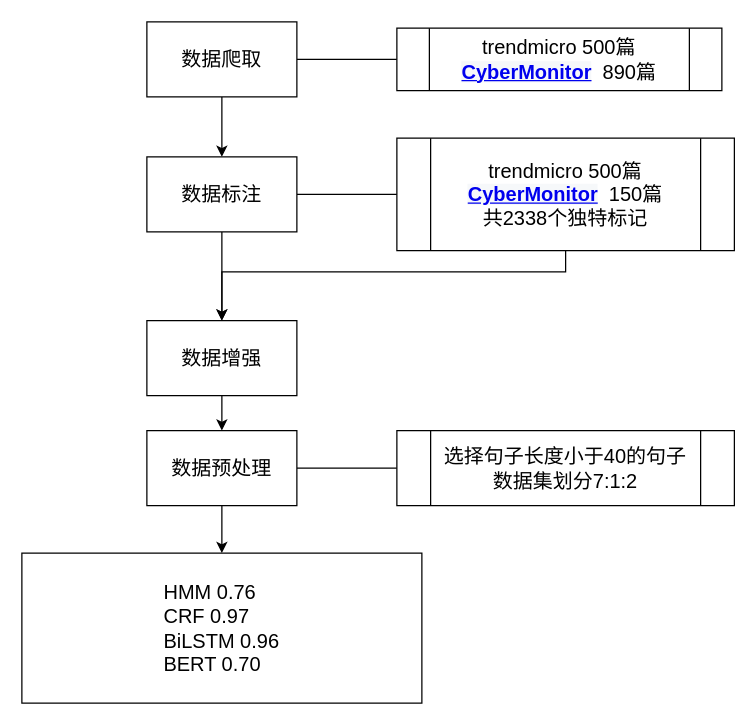
Earlier version of the draw.io diagram Untitled Diagram.drawio (marineHero1/picture). Source tidied: cells renumbered, new cells numbered last; positions are measured from the earlier drawing's top-left corner, leaving out a move shared by most shapes. Both pictures are drawn from the tidied source at 125%, with x=0, y=0 at pixel (21, 21).
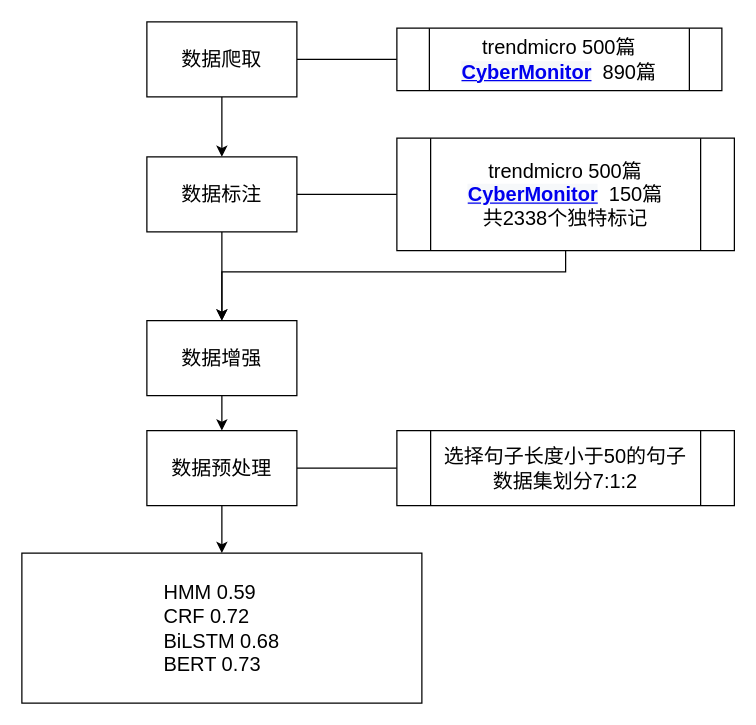
After the change.

Change to the diagram source:
```diff
@@
 <mxGraphModel>
   <root>
     <mxCell id="0" />
     <mxCell id="1" parent="0" />
     <mxCell id="2" style="edgeStyle=orthogonalEdgeStyle;rounded=0;jettySize=auto;html=1;fontSize=16;horizontal=0;endArrow=none;endFill=0;" parent="1" edge="1" source="4" target="5">
       <mxGeometry relative="1" as="geometry" />
     </mxCell>
     <mxCell id="3" style="edgeStyle=orthogonalEdgeStyle;rounded=0;jettySize=auto;html=1;fontSize=16;" parent="1" edge="1" source="4" target="8">
       <mxGeometry relative="1" as="geometry" />
     </mxCell>
     <mxCell id="4" value="数据爬取" style="rounded=0;whiteSpace=wrap;html=1;fontSize=16;" parent="1" vertex="1">
       <mxGeometry x="100" width="120" height="60" as="geometry" />
     </mxCell>
     <mxCell id="5" value="trendmicro 500篇&lt;br style=&quot;font-size: 16px;&quot;&gt;&lt;a class=&quot;commit-author user-mention&quot; title=&quot;View all commits by CyberMonitor&quot; href=&quot;https://github.com/CyberMonitor/APT_CyberCriminal_Campagin_Collections/commits?author=CyberMonitor&quot; style=&quot;box-sizing: border-box; background-color: rgb(246, 248, 250); transition: all 80ms cubic-bezier(0.33, 1, 0.68, 1) 0s, all 0s ease 0s, all 0s ease 0s, all 0s ease 0s; font-weight: 600; font-size: 16px;&quot;&gt;CyberMonitor&lt;/a&gt;&amp;nbsp; 890篇" style="shape=process;whiteSpace=wrap;html=1;backgroundOutline=1;rounded=0;fontSize=16;" parent="1" vertex="1">
       <mxGeometry x="300" y="5" width="260" height="50" as="geometry" />
     </mxCell>
     <mxCell id="6" style="edgeStyle=orthogonalEdgeStyle;rounded=0;jettySize=auto;html=1;fontSize=16;endArrow=none;endFill=0;" parent="1" edge="1" source="8" target="10">
       <mxGeometry relative="1" as="geometry" />
     </mxCell>
     <mxCell id="7" style="edgeStyle=orthogonalEdgeStyle;rounded=0;jettySize=auto;html=1;fontSize=16;" parent="1" edge="1" source="8" target="12">
       <mxGeometry relative="1" as="geometry" />
     </mxCell>
     <mxCell id="8" value="数据标注" style="whiteSpace=wrap;html=1;rounded=0;fontSize=16;" parent="1" vertex="1">
       <mxGeometry x="100" y="108" width="120" height="60" as="geometry" />
     </mxCell>
     <mxCell id="9" style="edgeStyle=orthogonalEdgeStyle;rounded=0;jettySize=auto;html=1;entryX=0.5;entryY=0;entryDx=0;entryDy=0;fontSize=16;" parent="1" edge="1" source="10" target="12">
       <mxGeometry relative="1" as="geometry">
         <Array as="points">
           <mxPoint x="435" y="200" />
           <mxPoint x="160" y="200" />
         </Array>
       </mxGeometry>
     </mxCell>
     <mxCell id="10" value="&lt;span style=&quot;font-size: 16px&quot;&gt;trendmicro 500篇&lt;br style=&quot;font-size: 16px&quot;&gt;&lt;/span&gt;&lt;a class=&quot;commit-author user-mention&quot; title=&quot;View all commits by CyberMonitor&quot; href=&quot;https://github.com/CyberMonitor/APT_CyberCriminal_Campagin_Collections/commits?author=CyberMonitor&quot; style=&quot;box-sizing: border-box ; background-color: rgb(246 , 248 , 250) ; transition: all 80ms cubic-bezier(0.33 , 1 , 0.68 , 1) 0s , all 0s ease 0s , all 0s ease 0s , all 0s ease 0s ; font-weight: 600 ; font-size: 16px&quot;&gt;CyberMonitor&lt;/a&gt;&amp;nbsp; 150篇&lt;br style=&quot;font-size: 16px&quot;&gt;&lt;span style=&quot;font-size: 16px&quot;&gt;共2338个独特标记&lt;br style=&quot;font-size: 16px&quot;&gt;&lt;/span&gt;" style="shape=process;whiteSpace=wrap;html=1;backgroundOutline=1;rounded=0;fontSize=16;" parent="1" vertex="1">
       <mxGeometry x="300" y="93" width="270" height="90" as="geometry" />
     </mxCell>
     <mxCell id="11" style="edgeStyle=orthogonalEdgeStyle;rounded=0;jettySize=auto;html=1;fontSize=16;" parent="1" edge="1" source="12" target="16">
       <mxGeometry relative="1" as="geometry" />
     </mxCell>
     <mxCell id="12" value="数据增强" style="whiteSpace=wrap;html=1;rounded=0;fontSize=16;" parent="1" vertex="1">
       <mxGeometry x="100" y="239" width="120" height="60" as="geometry" />
     </mxCell>
-    <mxCell id="13" value="&lt;div style=&quot;text-align: justify&quot;&gt;&lt;span&gt;HMM 0.76&lt;/span&gt;&lt;/div&gt;&lt;div style=&quot;text-align: justify&quot;&gt;&lt;span&gt;CRF 0.97&lt;/span&gt;&lt;/div&gt;&lt;div style=&quot;text-align: justify&quot;&gt;&lt;span&gt;BiLSTM 0.96&lt;/span&gt;&lt;/div&gt;&lt;div style=&quot;text-align: justify&quot;&gt;&lt;span&gt;BERT 0.70&lt;/span&gt;&lt;/div&gt;" style="whiteSpace=wrap;html=1;fontSize=16;rounded=0;align=center;" parent="1" vertex="1">
+    <mxCell id="13" value="&lt;div style=&quot;text-align: justify&quot;&gt;&lt;span&gt;HMM 0.59&lt;/span&gt;&lt;/div&gt;&lt;div style=&quot;text-align: justify&quot;&gt;&lt;span&gt;CRF 0.72&lt;/span&gt;&lt;/div&gt;&lt;div style=&quot;text-align: justify&quot;&gt;&lt;span&gt;BiLSTM 0.68&lt;/span&gt;&lt;/div&gt;&lt;div style=&quot;text-align: justify&quot;&gt;&lt;span&gt;BERT 0.73&lt;/span&gt;&lt;/div&gt;" style="whiteSpace=wrap;html=1;fontSize=16;rounded=0;align=center;" parent="1" vertex="1">
       <mxGeometry y="425" width="320" height="120" as="geometry" />
     </mxCell>
     <mxCell id="14" style="edgeStyle=orthogonalEdgeStyle;rounded=0;jettySize=auto;html=1;fontSize=16;" parent="1" edge="1" source="16" target="13">
       <mxGeometry relative="1" as="geometry" />
     </mxCell>
     <mxCell id="15" style="edgeStyle=orthogonalEdgeStyle;rounded=0;jettySize=auto;html=1;fontSize=16;endArrow=none;endFill=0;" parent="1" edge="1" source="16" target="17">
       <mxGeometry relative="1" as="geometry" />
     </mxCell>
     <mxCell id="16" value="数据预处理" style="whiteSpace=wrap;html=1;fontSize=16;rounded=0;" parent="1" vertex="1">
       <mxGeometry x="100" y="327" width="120" height="60" as="geometry" />
     </mxCell>
-    <mxCell id="17" value="选择句子长度小于40的句子&lt;br&gt;数据集划分7:1:2" style="shape=process;whiteSpace=wrap;html=1;backgroundOutline=1;fontSize=16;rounded=0;" parent="1" vertex="1">
+    <mxCell id="17" value="选择句子长度小于50的句子&lt;br&gt;数据集划分7:1:2" style="shape=process;whiteSpace=wrap;html=1;backgroundOutline=1;fontSize=16;rounded=0;" parent="1" vertex="1">
       <mxGeometry x="300" y="327" width="270" height="60" as="geometry" />
     </mxCell>
   </root>
 </mxGraphModel>
```
